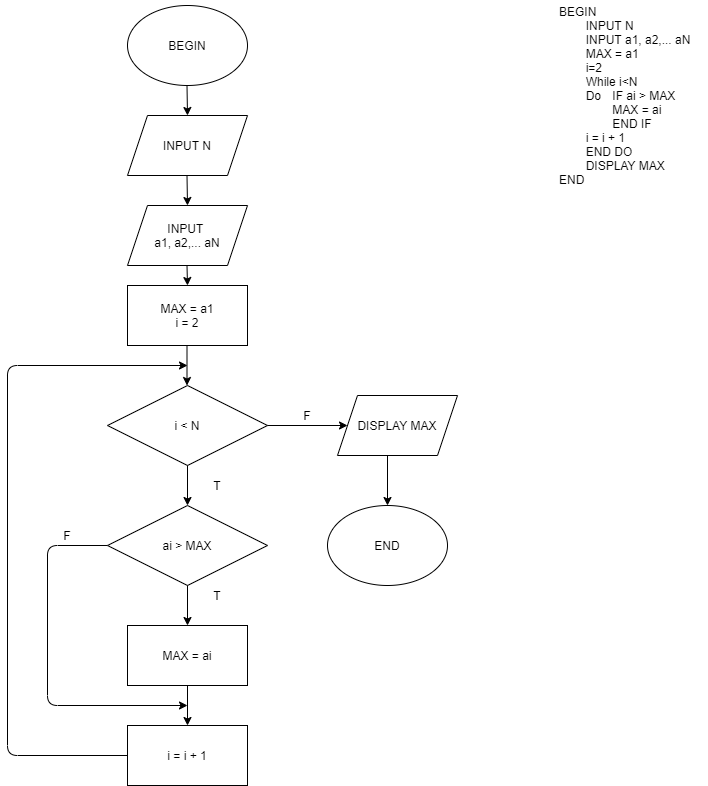
The draw.io diagram module1/3. Mô tả thuật toán bằng Pseudo code & Flowchart/baitap/[Bài tập] Mô tả thuật toán tìm giá trị lớn nhất trong một dãy số.png in Namtranvn1991/C0721G2-Nguy-n-Nam-Tr-n, before a commit. Source tidied: cells renumbered, new cells last; positions are measured from the earlier drawing's top-left corner, leaving out a move shared by most shapes.
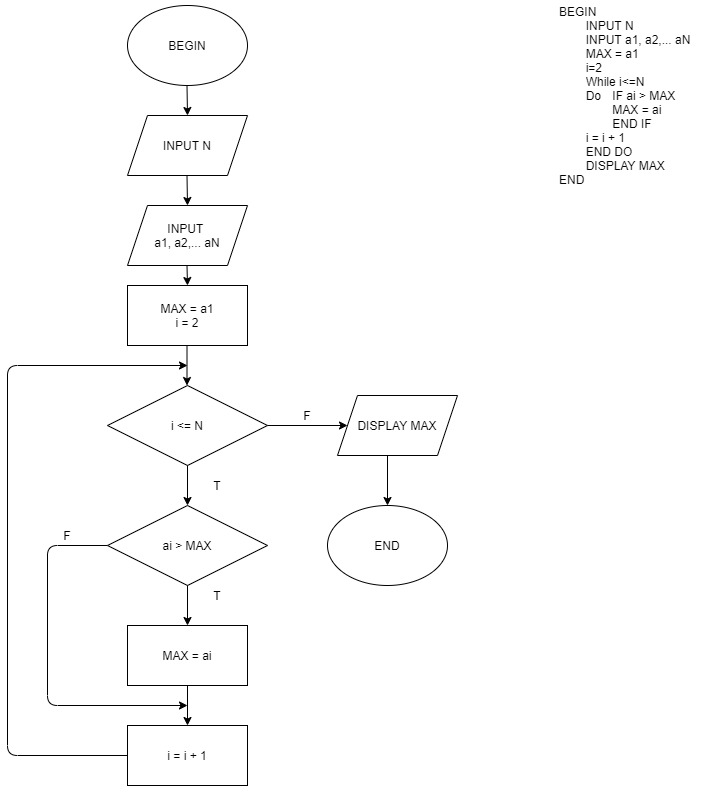
After the commit.

The edit, as a diff of the source:
```diff
@@ -14,7 +14,7 @@
     <mxCell id="5" value="MAX = a1&lt;br&gt;i = 2" style="rounded=0;whiteSpace=wrap;html=1;" parent="1" vertex="1">
       <mxGeometry x="120" y="285" width="120" height="60" as="geometry" />
     </mxCell>
-    <mxCell id="6" value="i &amp;lt; N" style="rhombus;whiteSpace=wrap;html=1;" parent="1" vertex="1">
+    <mxCell id="6" value="i &amp;lt;= N" style="rhombus;whiteSpace=wrap;html=1;" parent="1" vertex="1">
       <mxGeometry x="100" y="385" width="160" height="80" as="geometry" />
     </mxCell>
     <mxCell id="7" value="DISPLAY MAX" style="shape=parallelogram;perimeter=parallelogramPerimeter;whiteSpace=wrap;html=1;fixedSize=1;" parent="1" vertex="1">
@@ -106,7 +106,7 @@
         <mxPoint x="380" y="505" as="targetPoint" />
       </mxGeometry>
     </mxCell>
-    <mxCell id="27" value="BEGIN&lt;br&gt;&lt;span&gt;&#9;&lt;/span&gt;&lt;span style=&quot;white-space: pre&quot;&gt;&#9;&lt;/span&gt;INPUT N&lt;br&gt;&lt;span&gt;&#9;&lt;/span&gt;&lt;span style=&quot;white-space: pre&quot;&gt;&#9;&lt;/span&gt;INPUT &lt;span style=&quot;text-align: center&quot;&gt;a1, a2,... aN&lt;br&gt;&lt;span&gt;&#9;&lt;/span&gt;&lt;span style=&quot;white-space: pre&quot;&gt;&#9;&lt;/span&gt;MAX = a1&lt;br&gt;&lt;span&gt;&#9;&lt;/span&gt;&lt;span style=&quot;white-space: pre&quot;&gt;&#9;&lt;/span&gt;i=2&lt;br&gt;&lt;span&gt;&#9;&lt;/span&gt;&lt;span style=&quot;white-space: pre&quot;&gt;&#9;&lt;/span&gt;While i&amp;lt;N&lt;br&gt;&lt;span&gt;&#9;&lt;/span&gt;&lt;span style=&quot;white-space: pre&quot;&gt;&#9;&lt;/span&gt;Do &lt;span style=&quot;white-space: pre&quot;&gt;&#9;&lt;/span&gt;IF ai &amp;gt; MAX&lt;br&gt;&lt;span&gt;&#9;&lt;/span&gt;&lt;span&gt;&#9;&lt;/span&gt;&lt;span style=&quot;white-space: pre&quot;&gt;&#9;&lt;span style=&quot;white-space: pre&quot;&gt;&#9;&lt;/span&gt;&lt;/span&gt;MAX = ai&lt;br&gt;&lt;span&gt;&#9;&lt;/span&gt;&lt;span&gt;&#9;&lt;/span&gt;&lt;span style=&quot;white-space: pre&quot;&gt;&#9;&lt;span style=&quot;white-space: pre&quot;&gt;&#9;&lt;/span&gt;&lt;/span&gt;END IF&lt;br&gt;&lt;span&gt;&#9;&lt;/span&gt;&lt;span style=&quot;white-space: pre&quot;&gt;&#9;&lt;/span&gt;i = i + 1&lt;br&gt;&lt;span&gt;&#9;&lt;/span&gt;&lt;span style=&quot;white-space: pre&quot;&gt;&#9;&lt;/span&gt;END DO&lt;br&gt;&lt;span&gt;&#9;&lt;/span&gt;&lt;span style=&quot;white-space: pre&quot;&gt;&#9;&lt;/span&gt;DISPLAY MAX&lt;br&gt;END&lt;br&gt;&lt;/span&gt;" style="text;html=1;align=left;verticalAlign=middle;strokeColor=none;" parent="1" vertex="1">
+    <mxCell id="27" value="BEGIN&lt;br&gt;&lt;span&gt;&#9;&lt;/span&gt;&lt;span style=&quot;white-space: pre&quot;&gt;&#9;&lt;/span&gt;INPUT N&lt;br&gt;&lt;span&gt;&#9;&lt;/span&gt;&lt;span style=&quot;white-space: pre&quot;&gt;&#9;&lt;/span&gt;INPUT &lt;span style=&quot;text-align: center&quot;&gt;a1, a2,... aN&lt;br&gt;&lt;span&gt;&#9;&lt;/span&gt;&lt;span style=&quot;white-space: pre&quot;&gt;&#9;&lt;/span&gt;MAX = a1&lt;br&gt;&lt;span&gt;&#9;&lt;/span&gt;&lt;span style=&quot;white-space: pre&quot;&gt;&#9;&lt;/span&gt;i=2&lt;br&gt;&lt;span&gt;&#9;&lt;/span&gt;&lt;span style=&quot;white-space: pre&quot;&gt;&#9;&lt;/span&gt;While i&amp;lt;=N&lt;br&gt;&lt;span&gt;&#9;&lt;/span&gt;&lt;span style=&quot;white-space: pre&quot;&gt;&#9;&lt;/span&gt;Do &lt;span style=&quot;white-space: pre&quot;&gt;&#9;&lt;/span&gt;IF ai &amp;gt; MAX&lt;br&gt;&lt;span&gt;&#9;&lt;/span&gt;&lt;span&gt;&#9;&lt;/span&gt;&lt;span style=&quot;white-space: pre&quot;&gt;&#9;&lt;span style=&quot;white-space: pre&quot;&gt;&#9;&lt;/span&gt;&lt;/span&gt;MAX = ai&lt;br&gt;&lt;span&gt;&#9;&lt;/span&gt;&lt;span&gt;&#9;&lt;/span&gt;&lt;span style=&quot;white-space: pre&quot;&gt;&#9;&lt;span style=&quot;white-space: pre&quot;&gt;&#9;&lt;/span&gt;&lt;/span&gt;END IF&lt;br&gt;&lt;span&gt;&#9;&lt;/span&gt;&lt;span style=&quot;white-space: pre&quot;&gt;&#9;&lt;/span&gt;i = i + 1&lt;br&gt;&lt;span&gt;&#9;&lt;/span&gt;&lt;span style=&quot;white-space: pre&quot;&gt;&#9;&lt;/span&gt;END DO&lt;br&gt;&lt;span&gt;&#9;&lt;/span&gt;&lt;span style=&quot;white-space: pre&quot;&gt;&#9;&lt;/span&gt;DISPLAY MAX&lt;br&gt;END&lt;br&gt;&lt;/span&gt;" style="text;html=1;align=left;verticalAlign=middle;strokeColor=none;" parent="1" vertex="1">
       <mxGeometry x="550" width="150" height="190" as="geometry" />
     </mxCell>
   </root>
```
